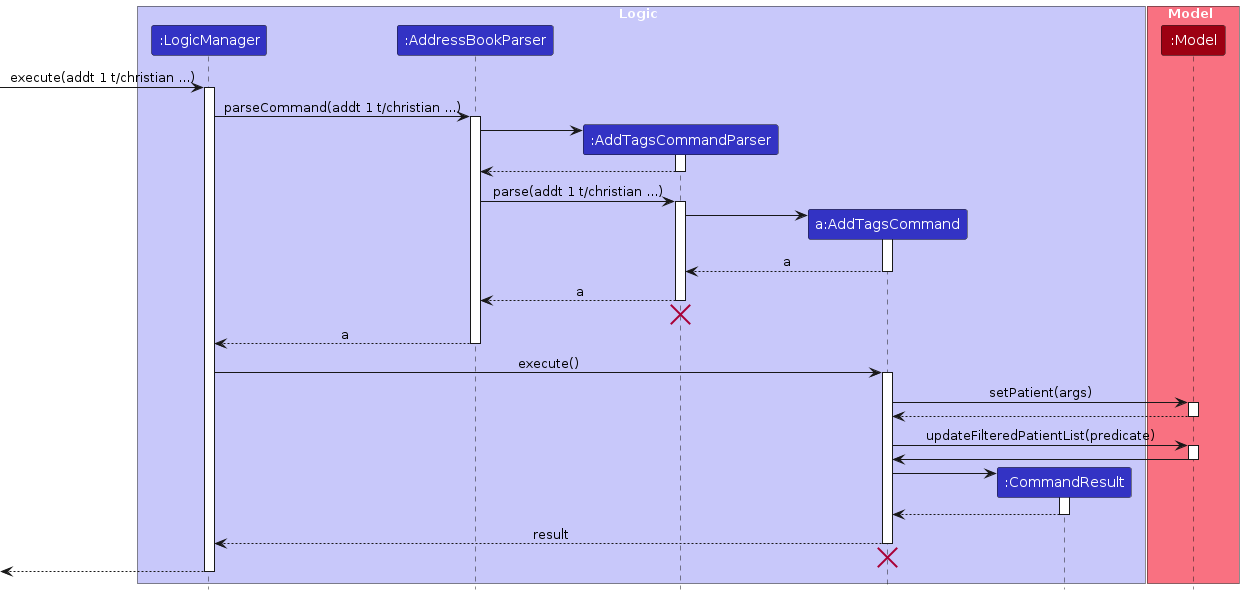
The PlantUML diagram diagrams/AddTagsSequenceDiagram.png in NeoHW/tp, before a commit. Its source is kept beside it as diagrams/AddTagsSequenceDiagram.puml.
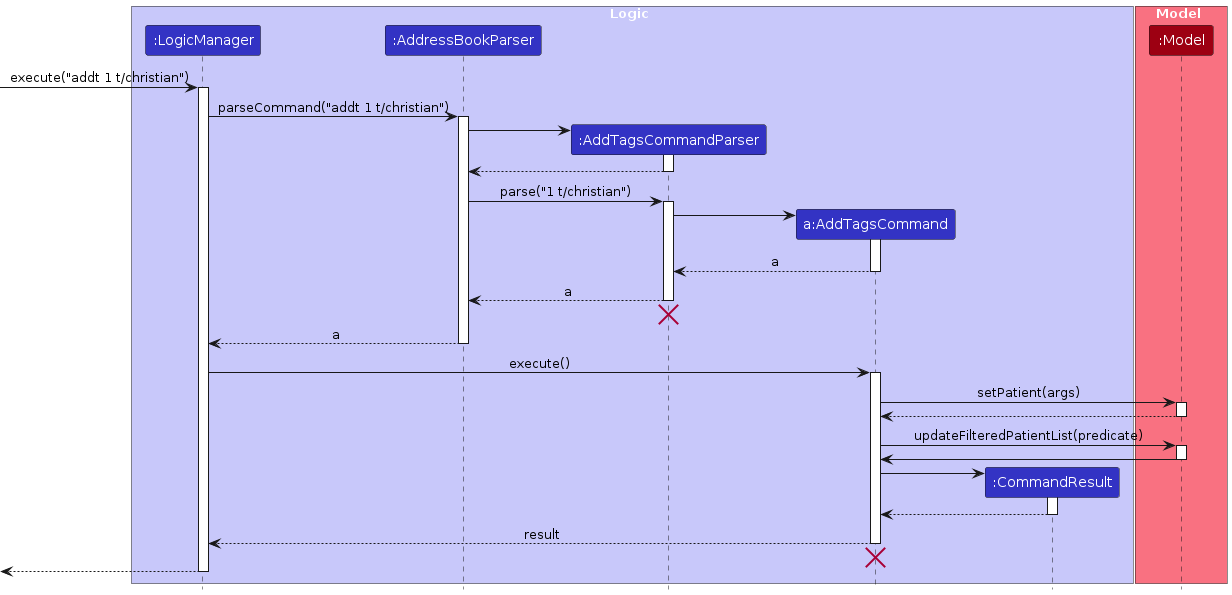
The same file after the commit.

What changed in the source:
```diff
@@ -14,10 +14,10 @@
 participant ":Model" as Model MODEL_COLOR
 end box
 
-[-> LogicManager : execute(addt 1 t/christian ...)
+[-> LogicManager : execute("addt 1 t/christian")
 activate LogicManager
 
-LogicManager -> AddressBookParser : parseCommand(addt 1 t/christian ...)
+LogicManager -> AddressBookParser : parseCommand("addt 1 t/christian")
 activate AddressBookParser
 
 create AddTagsCommandParser
@@ -27,7 +27,7 @@
 AddTagsCommandParser --> AddressBookParser
 deactivate AddTagsCommandParser
 
-AddressBookParser -> AddTagsCommandParser : parse(addt 1 t/christian ...)
+AddressBookParser -> AddTagsCommandParser : parse("1 t/christian")
 activate AddTagsCommandParser
 
 Create AddTagsCommand
```
